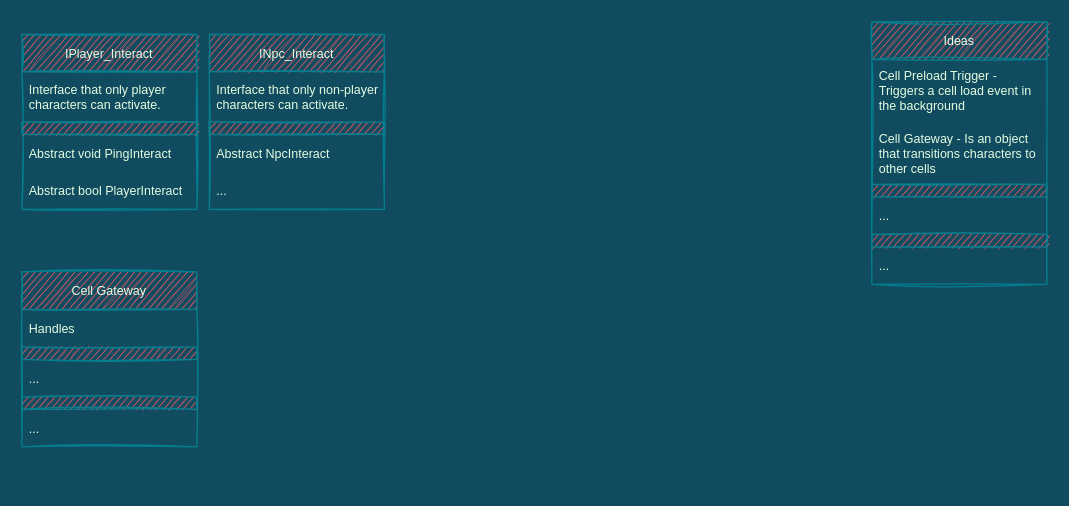
This is page "Additional Data" (2 of 2) of Assets/Plugins/CellLoader/ResourceFiles/CellLoaderDiagram.drawio from ArcturusForge/Cell-Loader, a draw.io file, before an edit. Source tidied: cells renumbered, new cells numbered last; positions are measured from the earlier drawing's top-left corner, leaving out a move shared by most shapes. Both pictures are drawn from the tidied source at 125%, with x=0, y=0 at pixel (21, 21).
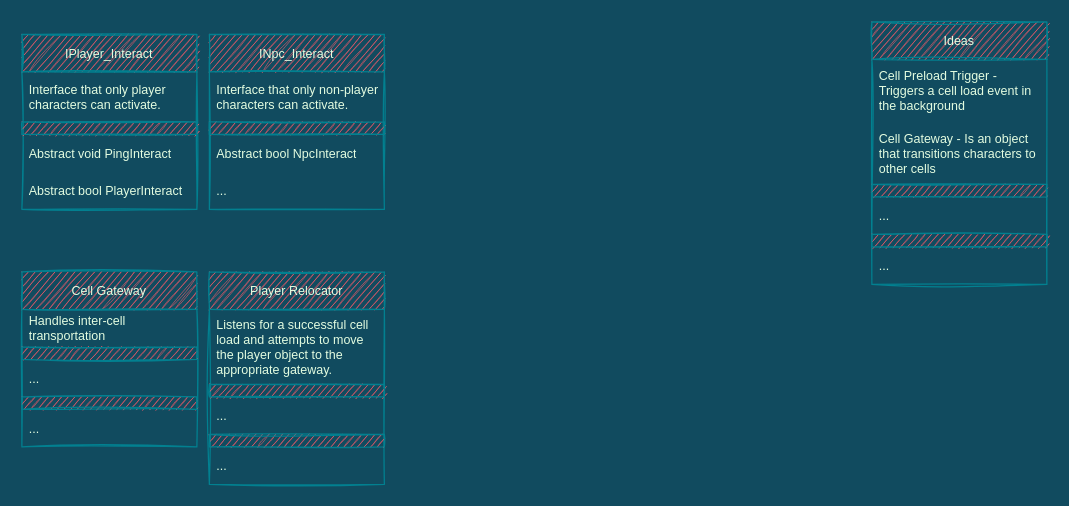
Above is the later version.

The change refers to these unchanged cells:
```xml
<mxCell id="14" value="INpc_Interact" style="swimlane;fontStyle=0;horizontal=1;startSize=30;sketch=1;fontColor=#E4FDE1;strokeColor=#028090;fillColor=#F45B69;rounded=0;fontSize=10;" parent="1" vertex="1">
  <mxGeometry x="150" y="10" width="140" height="140" as="geometry" />
</mxCell>
<mxCell id="19" value="Cell Gateway" style="swimlane;fontStyle=0;horizontal=1;startSize=30;sketch=1;fontColor=#E4FDE1;strokeColor=#028090;fillColor=#F45B69;rounded=0;fontSize=10;" parent="1" vertex="1">
  <mxGeometry y="200" width="140" height="140" as="geometry" />
</mxCell>
```

Change to the diagram source:
```diff
@@
-    <mxCell id="17" value="Abstract NpcInteract" style="text;strokeColor=none;fillColor=none;align=left;verticalAlign=middle;spacingLeft=4;spacingRight=4;overflow=hidden;sketch=1;fontColor=#E4FDE1;rounded=0;fontSize=10;whiteSpace=wrap;" parent="14" vertex="1">
+    <mxCell id="17" value="Abstract bool NpcInteract" style="text;strokeColor=none;fillColor=none;align=left;verticalAlign=middle;spacingLeft=4;spacingRight=4;overflow=hidden;sketch=1;fontColor=#E4FDE1;rounded=0;fontSize=10;whiteSpace=wrap;" parent="14" vertex="1">
       <mxGeometry y="80" width="140" height="30" as="geometry" />
     </mxCell>
@@
-    <mxCell id="20" value="Handles " style="text;strokeColor=none;fillColor=none;align=left;verticalAlign=middle;spacingLeft=4;spacingRight=4;overflow=hidden;sketch=1;fontColor=#E4FDE1;rounded=0;fontSize=10;whiteSpace=wrap;" parent="19" vertex="1">
+    <mxCell id="20" value="Handles inter-cell transportation" style="text;strokeColor=none;fillColor=none;align=left;verticalAlign=middle;spacingLeft=4;spacingRight=4;overflow=hidden;sketch=1;fontColor=#E4FDE1;rounded=0;fontSize=10;whiteSpace=wrap;" parent="19" vertex="1">
       <mxGeometry y="30" width="140" height="30" as="geometry" />
     </mxCell>
@@
+    <mxCell id="25" value="Player Relocator" style="swimlane;fontStyle=0;horizontal=1;startSize=30;sketch=1;fontColor=#E4FDE1;strokeColor=#028090;fillColor=#F45B69;rounded=0;fontSize=10;" parent="1" vertex="1">
+      <mxGeometry x="150" y="200" width="140" height="170" as="geometry" />
+    </mxCell>
+    <mxCell id="26" value="Listens for a successful cell load and attempts to move the player object to the appropriate gateway." style="text;strokeColor=none;fillColor=none;align=left;verticalAlign=middle;spacingLeft=4;spacingRight=4;overflow=hidden;sketch=1;fontColor=#E4FDE1;rounded=0;fontSize=10;whiteSpace=wrap;" parent="25" vertex="1">
+      <mxGeometry y="30" width="140" height="60" as="geometry" />
+    </mxCell>
+    <mxCell id="27" style="rounded=0;whiteSpace=wrap;html=1;sketch=1;fontColor=#E4FDE1;strokeColor=#028090;fillColor=#F45B69;fontSize=10;" parent="25" vertex="1">
+      <mxGeometry y="90" width="140" height="10" as="geometry" />
+    </mxCell>
+    <mxCell id="28" value="..." style="text;strokeColor=none;fillColor=none;align=left;verticalAlign=middle;spacingLeft=4;spacingRight=4;overflow=hidden;sketch=1;fontColor=#E4FDE1;rounded=0;fontSize=10;whiteSpace=wrap;" parent="25" vertex="1">
+      <mxGeometry y="100" width="140" height="30" as="geometry" />
+    </mxCell>
+    <mxCell id="29" style="rounded=0;whiteSpace=wrap;html=1;sketch=1;fontColor=#E4FDE1;strokeColor=#028090;fillColor=#F45B69;fontSize=10;" parent="25" vertex="1">
+      <mxGeometry y="130" width="140" height="10" as="geometry" />
+    </mxCell>
+    <mxCell id="30" value="..." style="text;strokeColor=none;fillColor=none;align=left;verticalAlign=middle;spacingLeft=4;spacingRight=4;overflow=hidden;sketch=1;fontColor=#E4FDE1;rounded=0;fontSize=10;whiteSpace=wrap;" parent="25" vertex="1">
+      <mxGeometry y="140" width="140" height="30" as="geometry" />
+    </mxCell>
```
